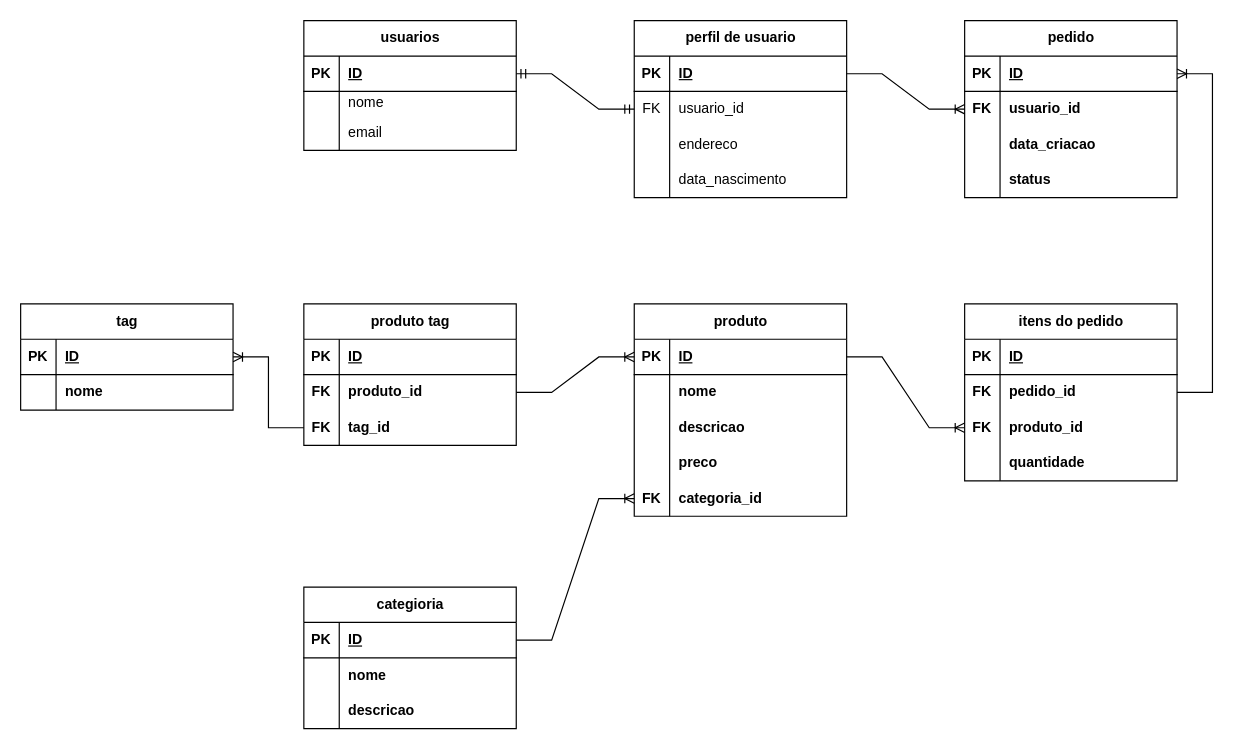
Above: Diagrama sem nome.drawio in ktyTaii/Front-end (draw.io), before the change. Source tidied: cells renumbered, new cells numbered last; positions are measured from the earlier drawing's top-left corner, leaving out a move shared by most shapes. Both pictures are drawn from the tidied source at 118%, with x=0, y=0 at pixel (20, 20).
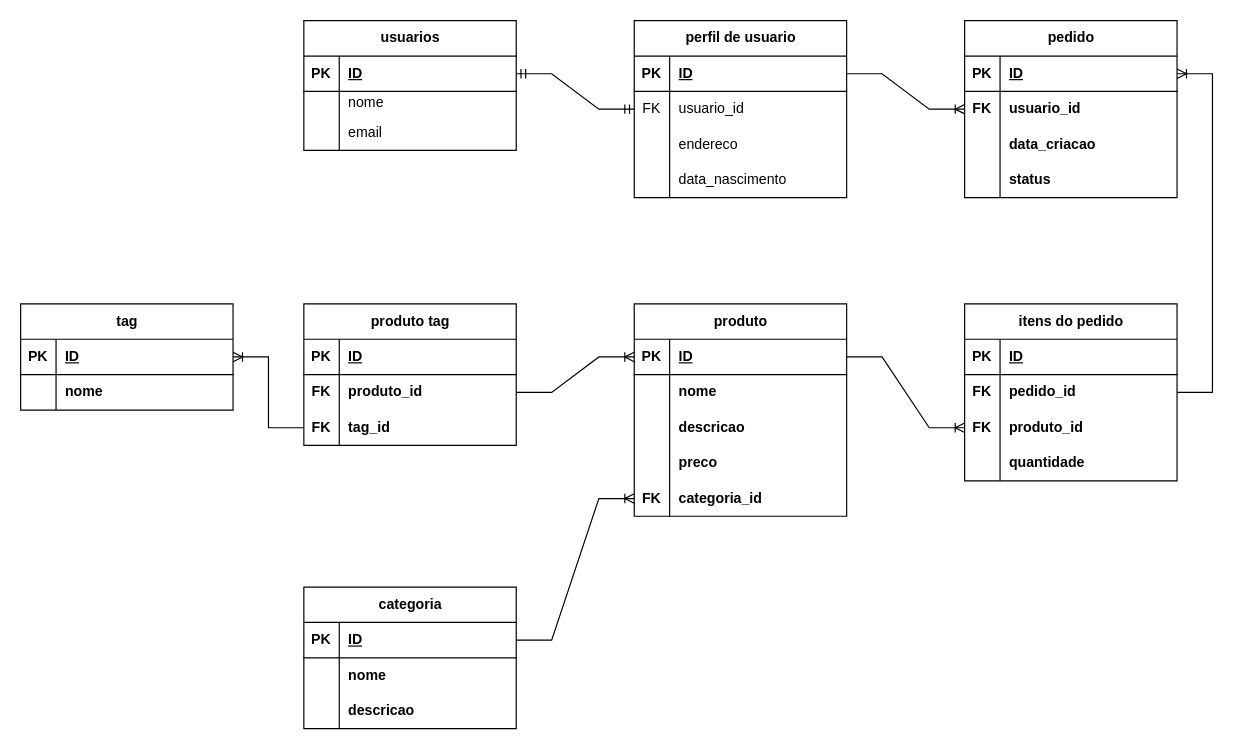
Above is the later version.

What changed in the source:
```diff
@@
-    <mxCell id="26" value="categioria" style="shape=table;startSize=30;childLayout=tableLayout;rowLines=0;fontStyle=1;align=center;html=1;strokeColor=default;verticalAlign=middle;fontFamily=Helvetica;fontSize=12;fontColor=default;fillColor=default;" parent="1" vertex="1">
+    <mxCell id="26" value="categoria" style="shape=table;startSize=30;childLayout=tableLayout;rowLines=0;fontStyle=1;align=center;html=1;strokeColor=default;verticalAlign=middle;fontFamily=Helvetica;fontSize=12;fontColor=default;fillColor=default;" parent="1" vertex="1">
       <mxGeometry x="240" y="480" width="180" height="120" as="geometry" />
     </mxCell>
```
